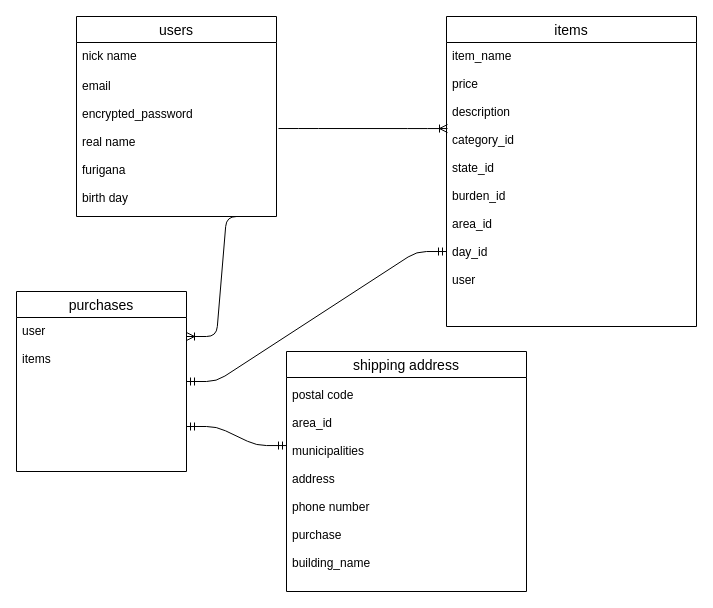
Before: ER.dio in umedayuuki/furima-31511, a draw.io diagram. Source tidied: cells renumbered, new cells numbered last; positions are measured from the earlier drawing's top-left corner, leaving out a move shared by most shapes. Both pictures are drawn from the tidied source at 100%, with x=0, y=0 at pixel (16, 16).
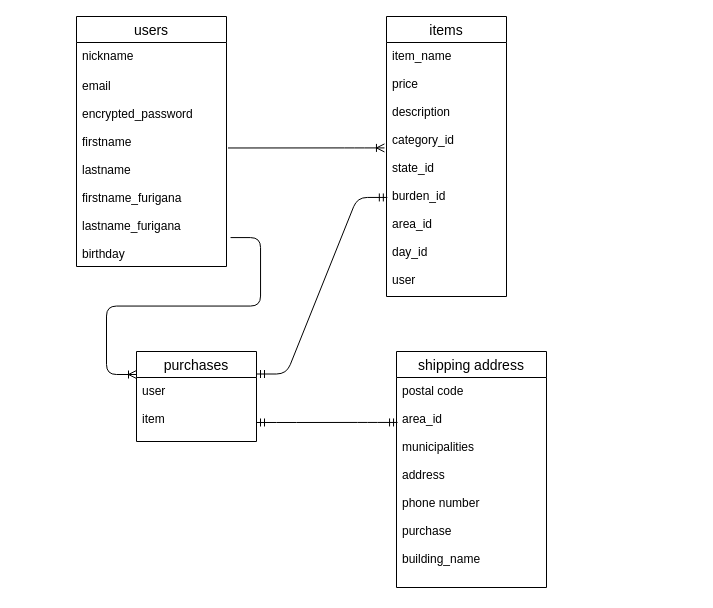
The same page after the edit.

Change to the diagram source:
```diff
@@
 <mxGraphModel>
   <root>
     <mxCell id="0" />
     <mxCell id="1" parent="0" />
     <mxCell id="2" value="users" style="swimlane;fontStyle=0;horizontal=1;startSize=26;align=center;fontSize=14;shadow=0;" parent="1" vertex="1">
-      <mxGeometry x="60" width="200" height="200" as="geometry" />
+      <mxGeometry x="60" width="150" height="250" as="geometry" />
     </mxCell>
-    <mxCell id="3" value="nick name" style="text;strokeColor=none;fillColor=none;spacingLeft=4;spacingRight=4;overflow=hidden;fontSize=12;" parent="2" vertex="1">
-      <mxGeometry y="26" width="200" height="30" as="geometry" />
+    <mxCell id="3" value="nickname" style="text;strokeColor=none;fillColor=none;spacingLeft=4;spacingRight=4;overflow=hidden;fontSize=12;" parent="2" vertex="1">
+      <mxGeometry y="26" width="150" height="30" as="geometry" />
     </mxCell>
-    <mxCell id="4" value="email&#10;&#10;encrypted_password&#10;&#10;real name&#10;&#10;furigana&#10;&#10;birth day" style="text;strokeColor=none;fillColor=none;spacingLeft=4;spacingRight=4;overflow=hidden;points=[[0,0.5],[1,0.5]];portConstraint=eastwest;fontSize=12;" parent="2" vertex="1">
-      <mxGeometry y="56" width="200" height="144" as="geometry" />
+    <mxCell id="4" value="email&#10;&#10;encrypted_password&#10;&#10;firstname&#10;&#10;lastname&#10;&#10;firstname_furigana&#10;&#10;lastname_furigana &#10;&#10;birthday" style="text;strokeColor=none;fillColor=none;spacingLeft=4;spacingRight=4;overflow=hidden;points=[[0,0.5],[1,0.5]];portConstraint=eastwest;fontSize=12;" parent="2" vertex="1">
+      <mxGeometry y="56" width="150" height="194" as="geometry" />
     </mxCell>
     <mxCell id="5" value="items" style="swimlane;fontStyle=0;horizontal=1;startSize=26;align=center;fontSize=14;shadow=0;" parent="1" vertex="1">
-      <mxGeometry x="430" width="250" height="310" as="geometry" />
+      <mxGeometry x="370" width="120" height="280" as="geometry" />
     </mxCell>
     <mxCell id="6" value="item_name&#10;&#10;price&#10;&#10;description&#10;&#10;category_id&#10;&#10;state_id&#10;&#10;burden_id&#10;&#10;area_id&#10;&#10;day_id&#10;&#10;user" style="text;strokeColor=none;fillColor=none;spacingLeft=4;spacingRight=4;overflow=hidden;points=[[0,0.5],[1,0.5]];portConstraint=eastwest;fontSize=12;" parent="5" vertex="1">
-      <mxGeometry y="26" width="250" height="284" as="geometry" />
+      <mxGeometry y="26" width="120" height="254" as="geometry" />
     </mxCell>
     <mxCell id="7" value="purchases" style="swimlane;fontStyle=0;horizontal=1;startSize=26;align=center;fontSize=14;shadow=0;" parent="1" vertex="1">
-      <mxGeometry y="275" width="170" height="180" as="geometry" />
+      <mxGeometry x="120" y="335" width="120" height="90" as="geometry" />
     </mxCell>
+    <mxCell id="13" value="user&#10;&#10;item" style="text;strokeColor=none;fillColor=none;spacingLeft=4;spacingRight=4;overflow=hidden;points=[[0,0.5],[1,0.5]];portConstraint=eastwest;fontSize=12;" parent="7" vertex="1">
+      <mxGeometry y="26" width="120" height="64" as="geometry" />
+    </mxCell>
     <mxCell id="8" value="shipping address" style="swimlane;fontStyle=0;horizontal=1;startSize=26;align=center;fontSize=14;shadow=0;" parent="1" vertex="1">
-      <mxGeometry x="270" y="335" width="240" height="240" as="geometry" />
+      <mxGeometry x="380" y="335" width="150" height="236" as="geometry" />
     </mxCell>
+    <mxCell id="14" value="postal code&#10;&#10;area_id&#10;&#10;municipalities&#10;&#10;address&#10;&#10;phone number&#10;&#10;purchase&#10;&#10;building_name" style="text;strokeColor=none;fillColor=none;spacingLeft=4;spacingRight=4;overflow=hidden;points=[[0,0.5],[1,0.5]];portConstraint=eastwest;fontSize=12;" parent="8" vertex="1">
+      <mxGeometry y="26" width="150" height="210" as="geometry" />
+    </mxCell>
-    <mxCell id="9" style="edgeStyle=entityRelationEdgeStyle;fontSize=12;html=1;endArrow=ERoneToMany;exitX=1.01;exitY=0.389;exitDx=0;exitDy=0;exitPerimeter=0;entryX=0.004;entryY=0.303;entryDx=0;entryDy=0;entryPerimeter=0;" parent="1" edge="1" source="4" target="6">
+    <mxCell id="9" style="edgeStyle=entityRelationEdgeStyle;fontSize=12;html=1;endArrow=ERoneToMany;exitX=1.01;exitY=0.389;exitDx=0;exitDy=0;exitPerimeter=0;entryX=-0.017;entryY=0.415;entryDx=0;entryDy=0;entryPerimeter=0;" parent="1" edge="1" source="4" target="6">
       <mxGeometry relative="1" as="geometry" />
     </mxCell>
-    <mxCell id="10" style="edgeStyle=entityRelationEdgeStyle;fontSize=12;html=1;endArrow=ERoneToMany;entryX=1;entryY=0.25;entryDx=0;entryDy=0;exitX=0.9;exitY=1;exitDx=0;exitDy=0;exitPerimeter=0;" parent="1" edge="1" source="4" target="7">
-      <mxGeometry relative="1" as="geometry" />
+    <mxCell id="10" style="edgeStyle=entityRelationEdgeStyle;fontSize=12;html=1;endArrow=ERoneToMany;exitX=1.027;exitY=0.851;exitDx=0;exitDy=0;exitPerimeter=0;" parent="1" edge="1" source="4">
+      <mxGeometry relative="1" as="geometry">
+        <mxPoint x="120" y="358" as="targetPoint" />
+      </mxGeometry>
     </mxCell>
-    <mxCell id="11" style="edgeStyle=entityRelationEdgeStyle;fontSize=12;html=1;endArrow=ERmandOne;startArrow=ERmandOne;exitX=1;exitY=0.5;exitDx=0;exitDy=0;entryX=0;entryY=0.736;entryDx=0;entryDy=0;entryPerimeter=0;" parent="1" edge="1" source="7" target="6">
+    <mxCell id="11" style="edgeStyle=entityRelationEdgeStyle;fontSize=12;html=1;endArrow=ERmandOne;startArrow=ERmandOne;exitX=1;exitY=0.25;exitDx=0;exitDy=0;entryX=0.007;entryY=0.61;entryDx=0;entryDy=0;entryPerimeter=0;" parent="1" edge="1" source="7" target="6">
       <mxGeometry relative="1" as="geometry" />
     </mxCell>
-    <mxCell id="12" style="edgeStyle=entityRelationEdgeStyle;fontSize=12;html=1;endArrow=ERmandOne;startArrow=ERmandOne;exitX=1;exitY=0.75;exitDx=0;exitDy=0;entryX=0;entryY=0.305;entryDx=0;entryDy=0;entryPerimeter=0;" parent="1" edge="1" source="7" target="14">
+    <mxCell id="12" style="edgeStyle=entityRelationEdgeStyle;fontSize=12;html=1;endArrow=ERmandOne;startArrow=ERmandOne;exitX=1;exitY=0.703;exitDx=0;exitDy=0;entryX=0.007;entryY=0.214;entryDx=0;entryDy=0;entryPerimeter=0;exitPerimeter=0;" parent="1" edge="1" source="13" target="14">
       <mxGeometry relative="1" as="geometry" />
     </mxCell>
-    <mxCell id="13" value="user&#10;&#10;items" style="text;strokeColor=none;fillColor=none;spacingLeft=4;spacingRight=4;overflow=hidden;points=[[0,0.5],[1,0.5]];portConstraint=eastwest;fontSize=12;" parent="1" vertex="1">
-      <mxGeometry y="301" width="90" height="64" as="geometry" />
-    </mxCell>
-    <mxCell id="14" value="postal code&#10;&#10;area_id&#10;&#10;municipalities&#10;&#10;address&#10;&#10;phone number&#10;&#10;purchase&#10;&#10;building_name" style="text;strokeColor=none;fillColor=none;spacingLeft=4;spacingRight=4;overflow=hidden;points=[[0,0.5],[1,0.5]];portConstraint=eastwest;fontSize=12;" parent="1" vertex="1">
-      <mxGeometry x="270" y="365" width="240" height="210" as="geometry" />
-    </mxCell>
   </root>
 </mxGraphModel>
```
